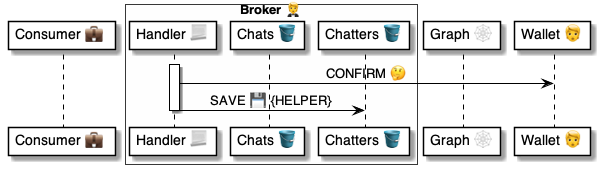
This is 4 ⚙️ Solution/20 🧑‍🦰 UI/Brokers 🤵/🤵🪣 Broker tables/Invites 🤲 table/🪣🧱 2 Verified 🔔/🤵 OnInviteVerified ⚙️ uml.png from pollyweb-org/pollyweb-docs, a PlantUML export, as it was before one commit. Its source is kept beside it as 4 ⚙️ Solution/20 🧑‍🦰 UI/Brokers 🤵/🤵🪣 Broker tables/Invites 🤲 table/🪣🧱 2 Verified 🔔/🤵 OnInviteVerified ⚙️ uml.puml.
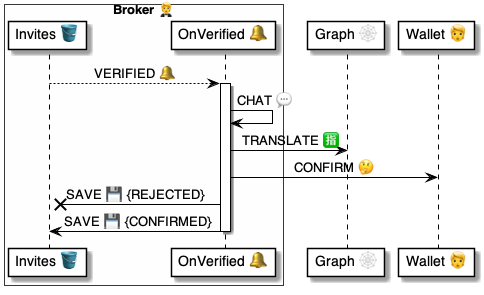
The same file after the commit.

What changed in the source:
```diff
@@ -1,18 +1,21 @@
-@startuml Invite
+@startuml OnInviteVerified
 
-participant "Consumer 💼 " as host
 box "Broker 🤵" #FFFFFA
-    participant "Handler 📃" as broker
-    participant "Chats 🪣" as chats
-    participant "Chatters 🪣" as invitee
+    participant "Invites 🪣" as invites
+    participant "OnVerified 🔔" as broker
 end box
 participant "Graph 🕸" as graph
 participant "Wallet 🧑" as user
 
 
+invites --> broker: VERIFIED 🔔
+
 activate broker
+    broker -> broker: CHAT 💬
+    broker -> graph: TRANSLATE 🈯
     broker -> user: CONFIRM 🤔
-    broker -> invitee: SAVE 💾 {HELPER}
+    broker -x invites: SAVE 💾 {REJECTED}
+    broker -> invites: SAVE 💾 {CONFIRMED}
 deactivate broker
 
 @enduml
```
